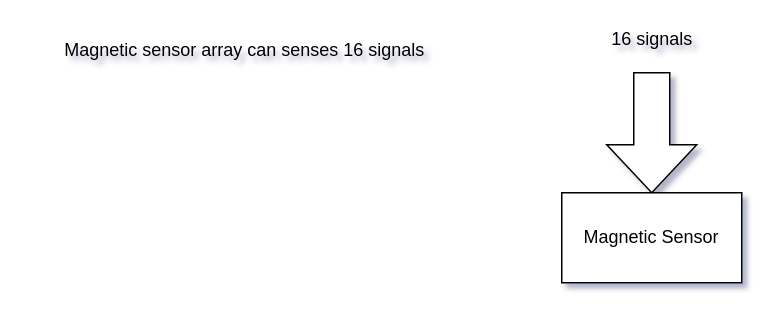
This is Untitled Diagram.drawio from x-dl/git, a draw.io file, before an edit. Source tidied: cells renumbered, new cells numbered last; positions are measured from the earlier drawing's top-left corner, leaving out a move shared by most shapes. Both pictures are drawn from the tidied source at 150%, with x=0, y=0 at pixel (26, 26).
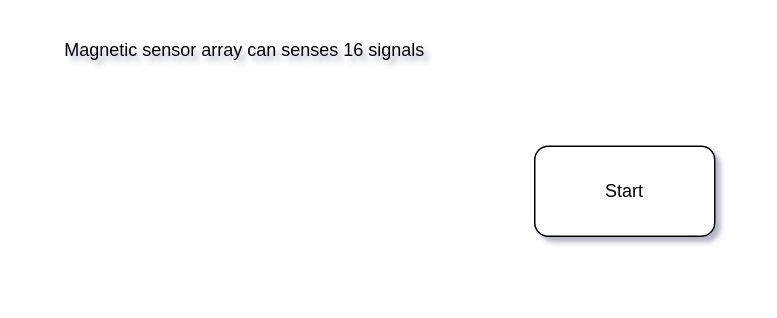
Above is the later version.

What changed in the source:
```diff
@@
 <mxGraphModel shadow="1">
   <root>
     <mxCell id="0" />
     <mxCell id="1" parent="0" />
-    <mxCell id="2" value="Magnetic Sensor&lt;br&gt;" style="whiteSpace=wrap;html=1;" parent="1" vertex="1">
-      <mxGeometry x="357" y="111" width="120" height="60" as="geometry" />
-    </mxCell>
     <mxCell id="3" value="Magnetic sensor array can senses 16 signals&amp;nbsp;" style="text;html=1;align=center;verticalAlign=middle;strokeColor=none;fillColor=none;" parent="1" vertex="1">
       <mxGeometry y="7" width="294" height="18" as="geometry" />
     </mxCell>
-    <mxCell id="4" style="shape=singleArrow;whiteSpace=wrap;html=1;arrowWidth=0.4;arrowSize=0.4;direction=south;" parent="1" vertex="1">
-      <mxGeometry x="387" y="31" width="60" height="80" as="geometry" />
-    </mxCell>
-    <mxCell id="5" value="16 signals" style="text;html=1;align=center;verticalAlign=middle;strokeColor=none;fillColor=none;" parent="1" vertex="1">
-      <mxGeometry x="380.5" width="73" height="18" as="geometry" />
-    </mxCell>
+    <mxCell id="6" value="Start" style="rounded=1;whiteSpace=wrap;html=1;" parent="1" vertex="1">
+      <mxGeometry x="339" y="80" width="120" height="60" as="geometry" />
+    </mxCell>
   </root>
 </mxGraphModel>
```
